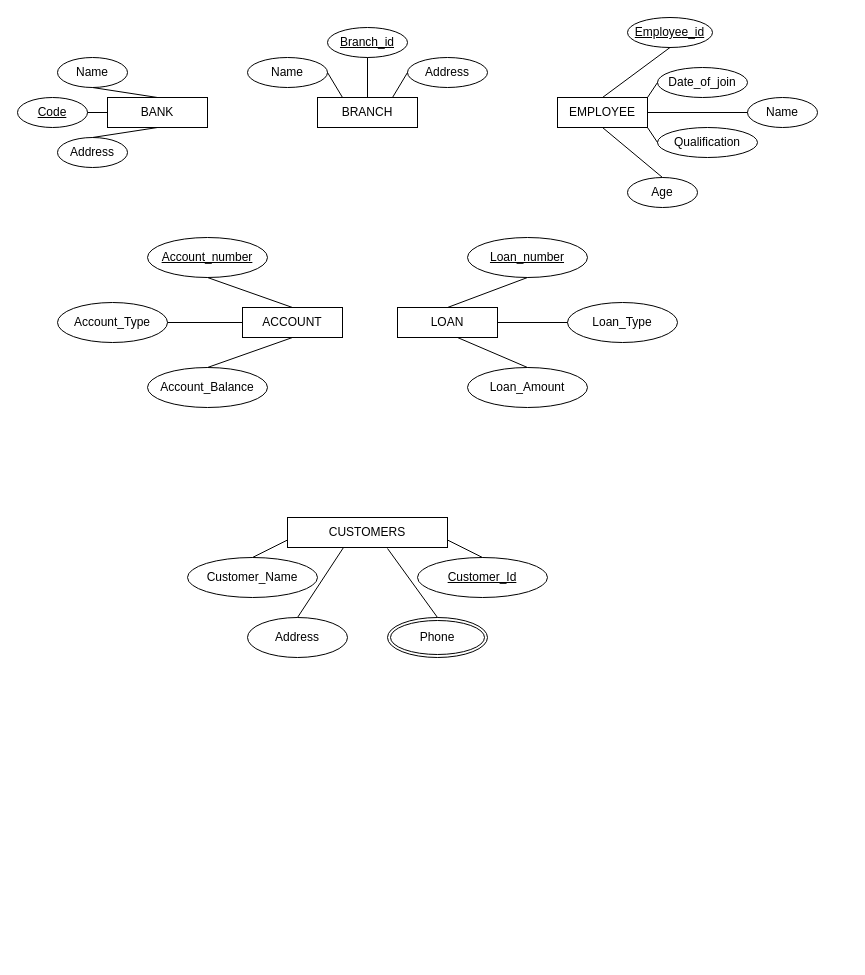
Above: Untitled Diagram.drawio in Anurag404OpenSourceRules/Bank-Management-System-ERD (draw.io), before the change. Source tidied: cells renumbered, new cells numbered last; positions are measured from the earlier drawing's top-left corner, leaving out a move shared by most shapes. Both pictures are drawn from the tidied source at 100%, with x=0, y=0 at pixel (17, 17).
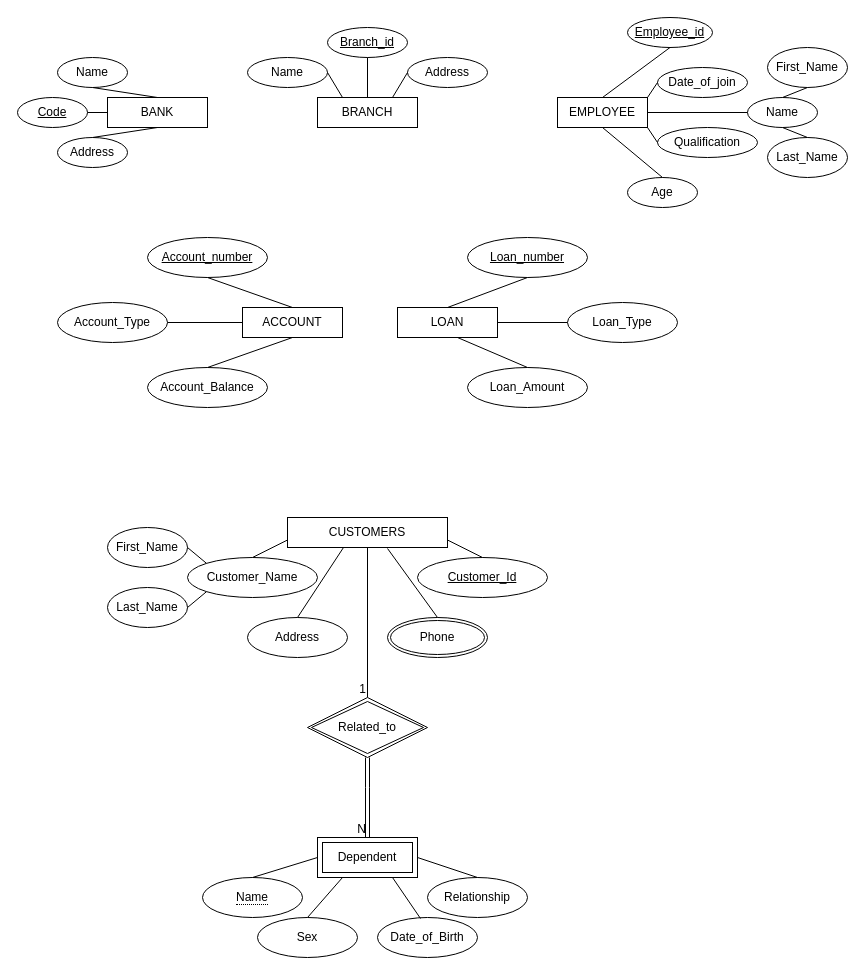
Above is the later version.

Commit message:
Added Weak Entities and composite attributes

Unchanged cells that the change refers to:
```xml
<mxCell id="5" value="CUSTOMERS" style="rounded=0;whiteSpace=wrap;html=1;" parent="1" vertex="1">
  <mxGeometry x="270" y="500" width="160" height="30" as="geometry" />
</mxCell>
<mxCell id="12" value="Name" style="ellipse;whiteSpace=wrap;html=1;" parent="1" vertex="1">
  <mxGeometry x="730" y="80" width="70" height="30" as="geometry" />
</mxCell>
<mxCell id="20" value="Customer_Name" style="ellipse;whiteSpace=wrap;html=1;" parent="1" vertex="1">
  <mxGeometry x="170" y="540" width="130" height="40" as="geometry" />
</mxCell>
```

Change to the diagram source:
```diff
@@
+    <mxCell id="50" value="First_Name" style="ellipse;whiteSpace=wrap;html=1;align=center;" parent="1" vertex="1">
+      <mxGeometry x="750" y="30" width="80" height="40" as="geometry" />
+    </mxCell>
+    <mxCell id="51" value="Last_Name" style="ellipse;whiteSpace=wrap;html=1;align=center;" parent="1" vertex="1">
+      <mxGeometry x="750" y="120" width="80" height="40" as="geometry" />
+    </mxCell>
+    <mxCell id="52" value="First_Name" style="ellipse;whiteSpace=wrap;html=1;align=center;" parent="1" vertex="1">
+      <mxGeometry x="90" y="510" width="80" height="40" as="geometry" />
+    </mxCell>
+    <mxCell id="53" value="Last_Name" style="ellipse;whiteSpace=wrap;html=1;align=center;" parent="1" vertex="1">
+      <mxGeometry x="90" y="570" width="80" height="40" as="geometry" />
+    </mxCell>
+    <mxCell id="54" style="endArrow=none;html=1;rounded=0;exitX=1;exitY=0.5;exitDx=0;exitDy=0;entryX=0;entryY=0;entryDx=0;entryDy=0;" parent="1" edge="1" source="52" target="20">
+      <mxGeometry relative="1" as="geometry" />
+    </mxCell>
+    <mxCell id="55" style="endArrow=none;html=1;rounded=0;exitX=1;exitY=0.5;exitDx=0;exitDy=0;entryX=0;entryY=1;entryDx=0;entryDy=0;" parent="1" edge="1" source="53" target="20">
+      <mxGeometry relative="1" as="geometry" />
+    </mxCell>
+    <mxCell id="56" style="endArrow=none;html=1;rounded=0;exitX=0.5;exitY=1;exitDx=0;exitDy=0;entryX=0.5;entryY=0;entryDx=0;entryDy=0;" parent="1" edge="1" source="12" target="51">
+      <mxGeometry relative="1" as="geometry" />
+    </mxCell>
+    <mxCell id="57" style="endArrow=none;html=1;rounded=0;exitX=0.5;exitY=0;exitDx=0;exitDy=0;entryX=0.5;entryY=1;entryDx=0;entryDy=0;" parent="1" edge="1" source="12" target="50">
+      <mxGeometry relative="1" as="geometry" />
+    </mxCell>
+    <mxCell id="58" style="endArrow=none;html=1;rounded=0;exitX=0.5;exitY=1;exitDx=0;exitDy=0;entryX=0.5;entryY=0;entryDx=0;entryDy=0;" parent="1" edge="1" source="5" target="60">
+      <mxGeometry relative="1" as="geometry" />
+    </mxCell>
+    <mxCell id="59" value="1" style="html=1;whiteSpace=wrap;align=right;verticalAlign=bottom;" parent="58" vertex="1">
+      <mxGeometry x="1" relative="1" as="geometry" />
+    </mxCell>
+    <mxCell id="60" value="Related_to" style="shape=rhombus;double=1;perimeter=rhombusPerimeter;whiteSpace=wrap;html=1;align=center;" parent="1" vertex="1">
+      <mxGeometry x="290" y="680" width="120" height="60" as="geometry" />
+    </mxCell>
+    <mxCell id="61" value="Dependent" style="shape=ext;margin=3;double=1;whiteSpace=wrap;html=1;align=center;" parent="1" vertex="1">
+      <mxGeometry x="300" y="820" width="100" height="40" as="geometry" />
+    </mxCell>
+    <mxCell id="62" style="shape=link;html=1;rounded=0;exitX=0.5;exitY=1;exitDx=0;exitDy=0;width=4;entryX=0.5;entryY=0;entryDx=0;entryDy=0;" parent="1" edge="1" source="60" target="61">
+      <mxGeometry relative="1" as="geometry">
+        <Array as="points">
+          <mxPoint x="350" y="770" />
+        </Array>
+      </mxGeometry>
+    </mxCell>
+    <mxCell id="63" value="N" style="html=1;whiteSpace=wrap;align=right;verticalAlign=bottom;" parent="62" vertex="1">
+      <mxGeometry x="1" relative="1" as="geometry" />
+    </mxCell>
+    <mxCell id="64" value="Sex" style="ellipse;whiteSpace=wrap;html=1;align=center;" parent="1" vertex="1">
+      <mxGeometry x="240" y="900" width="100" height="40" as="geometry" />
+    </mxCell>
+    <mxCell id="65" value="Date_of_Birth" style="ellipse;whiteSpace=wrap;html=1;align=center;" parent="1" vertex="1">
+      <mxGeometry x="360" y="900" width="100" height="40" as="geometry" />
+    </mxCell>
+    <mxCell id="66" value="Relationship" style="ellipse;whiteSpace=wrap;html=1;align=center;" parent="1" vertex="1">
+      <mxGeometry x="410" y="860" width="100" height="40" as="geometry" />
+    </mxCell>
+    <mxCell id="67" value="&lt;span style=&quot;border-bottom: 1px dotted&quot;&gt;Name&lt;/span&gt;" style="ellipse;whiteSpace=wrap;html=1;align=center;" parent="1" vertex="1">
+      <mxGeometry x="185" y="860" width="100" height="40" as="geometry" />
+    </mxCell>
+    <mxCell id="68" style="endArrow=none;html=1;rounded=0;exitX=0.5;exitY=0;exitDx=0;exitDy=0;entryX=0;entryY=0.5;entryDx=0;entryDy=0;" parent="1" edge="1" source="67" target="61">
+      <mxGeometry relative="1" as="geometry" />
+    </mxCell>
+    <mxCell id="69" style="endArrow=none;html=1;rounded=0;exitX=0.5;exitY=0;exitDx=0;exitDy=0;entryX=0.25;entryY=1;entryDx=0;entryDy=0;" parent="1" edge="1" source="64" target="61">
+      <mxGeometry relative="1" as="geometry" />
+    </mxCell>
+    <mxCell id="70" style="endArrow=none;html=1;rounded=0;exitX=0.75;exitY=1;exitDx=0;exitDy=0;entryX=0.43;entryY=0.025;entryDx=0;entryDy=0;entryPerimeter=0;" parent="1" edge="1" source="61" target="65">
+      <mxGeometry relative="1" as="geometry" />
+    </mxCell>
+    <mxCell id="71" style="endArrow=none;html=1;rounded=0;exitX=1;exitY=0.5;exitDx=0;exitDy=0;entryX=0.5;entryY=0;entryDx=0;entryDy=0;" parent="1" edge="1" source="61" target="66">
+      <mxGeometry relative="1" as="geometry" />
+    </mxCell>
```
